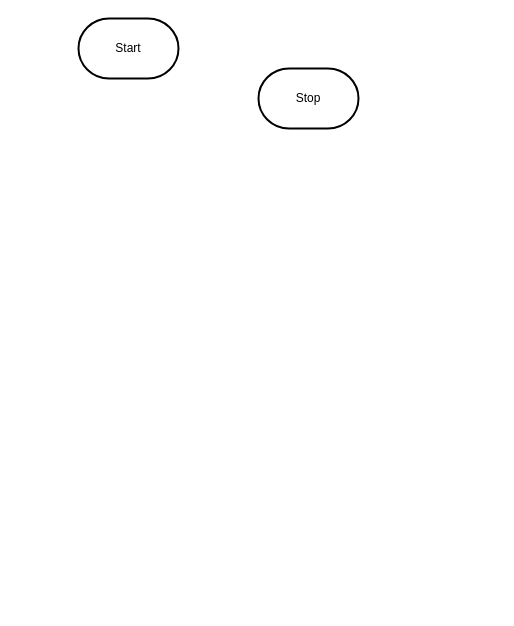
Earlier version of the draw.io diagram flowchart.drawio (MT-Aiden/ICS2O-Unit-5-04-HTML). Source tidied: cells renumbered, new cells numbered last; positions are measured from the earlier drawing's top-left corner, leaving out a move shared by most shapes. Both pictures are drawn from the tidied source at 100%, with x=0, y=0 at pixel (78, 18).
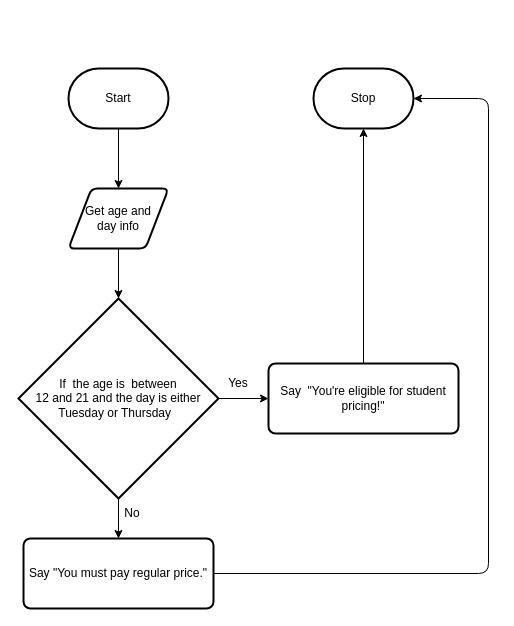
The same page after the edit.

What changed in the source:
```diff
@@
 <mxGraphModel>
   <root>
     <mxCell id="0" />
     <mxCell id="1" parent="0" />
+    <mxCell id="4" style="edgeStyle=none;html=1;entryX=0.5;entryY=0;entryDx=0;entryDy=0;" parent="1" edge="1" source="2" target="6">
+      <mxGeometry relative="1" as="geometry" />
+    </mxCell>
     <mxCell id="2" value="Start" style="strokeWidth=2;html=1;shape=mxgraph.flowchart.terminator;whiteSpace=wrap;" parent="1" vertex="1">
-      <mxGeometry width="100" height="60" as="geometry" />
+      <mxGeometry x="-10" y="50" width="100" height="60" as="geometry" />
     </mxCell>
     <mxCell id="3" value="Stop" style="strokeWidth=2;html=1;shape=mxgraph.flowchart.terminator;whiteSpace=wrap;" parent="1" vertex="1">
-      <mxGeometry x="180" y="50" width="100" height="60" as="geometry" />
+      <mxGeometry x="235" y="50" width="100" height="60" as="geometry" />
     </mxCell>
+    <mxCell id="5" style="edgeStyle=none;html=1;entryX=0.5;entryY=0;entryDx=0;entryDy=0;entryPerimeter=0;" parent="1" edge="1" source="6" target="9">
+      <mxGeometry relative="1" as="geometry" />
+    </mxCell>
+    <mxCell id="6" value="Get age and &lt;br&gt;day info" style="shape=parallelogram;html=1;strokeWidth=2;perimeter=parallelogramPerimeter;whiteSpace=wrap;rounded=1;arcSize=12;size=0.23;" parent="1" vertex="1">
+      <mxGeometry x="-10" y="170" width="100" height="60" as="geometry" />
+    </mxCell>
+    <mxCell id="7" style="edgeStyle=none;html=1;entryX=0.5;entryY=0;entryDx=0;entryDy=0;" parent="1" edge="1" source="9" target="11">
+      <mxGeometry relative="1" as="geometry" />
+    </mxCell>
+    <mxCell id="8" style="edgeStyle=none;html=1;entryX=0;entryY=0.5;entryDx=0;entryDy=0;" parent="1" edge="1" source="9" target="13">
+      <mxGeometry relative="1" as="geometry" />
+    </mxCell>
+    <mxCell id="9" value="If&amp;nbsp; the age is&amp;nbsp; between&lt;br&gt;12 and 21 and the day is either&lt;br&gt;Tuesday or Thursday&amp;nbsp;&amp;nbsp;" style="strokeWidth=2;html=1;shape=mxgraph.flowchart.decision;whiteSpace=wrap;" parent="1" vertex="1">
+      <mxGeometry x="-60" y="280" width="200" height="200" as="geometry" />
+    </mxCell>
+    <mxCell id="10" style="edgeStyle=none;html=1;entryX=1;entryY=0.5;entryDx=0;entryDy=0;entryPerimeter=0;" parent="1" edge="1" source="11" target="3">
+      <mxGeometry relative="1" as="geometry">
+        <Array as="points">
+          <mxPoint x="410" y="555" />
+          <mxPoint x="410" y="80" />
+        </Array>
+      </mxGeometry>
+    </mxCell>
+    <mxCell id="11" value="Say &quot;You must pay regular price.&quot;" style="rounded=1;whiteSpace=wrap;html=1;absoluteArcSize=1;arcSize=14;strokeWidth=2;" parent="1" vertex="1">
+      <mxGeometry x="-55" y="520" width="190" height="70" as="geometry" />
+    </mxCell>
+    <mxCell id="12" style="edgeStyle=none;html=1;" parent="1" edge="1" source="13">
+      <mxGeometry relative="1" as="geometry">
+        <mxPoint x="285" y="110" as="targetPoint" />
+      </mxGeometry>
+    </mxCell>
+    <mxCell id="13" value="Say&amp;nbsp;&amp;nbsp;&quot;You're eligible for student pricing!&quot;" style="rounded=1;whiteSpace=wrap;html=1;absoluteArcSize=1;arcSize=14;strokeWidth=2;" parent="1" vertex="1">
+      <mxGeometry x="190" y="345" width="190" height="70" as="geometry" />
+    </mxCell>
+    <mxCell id="14" value="Yes" style="text;html=1;strokeColor=none;fillColor=none;align=center;verticalAlign=middle;whiteSpace=wrap;rounded=0;" parent="1" vertex="1">
+      <mxGeometry x="130" y="350" width="60" height="30" as="geometry" />
+    </mxCell>
+    <mxCell id="15" value="No" style="text;html=1;strokeColor=none;fillColor=none;align=center;verticalAlign=middle;whiteSpace=wrap;rounded=0;" parent="1" vertex="1">
+      <mxGeometry x="24" y="480" width="60" height="30" as="geometry" />
+    </mxCell>
   </root>
 </mxGraphModel>
```
